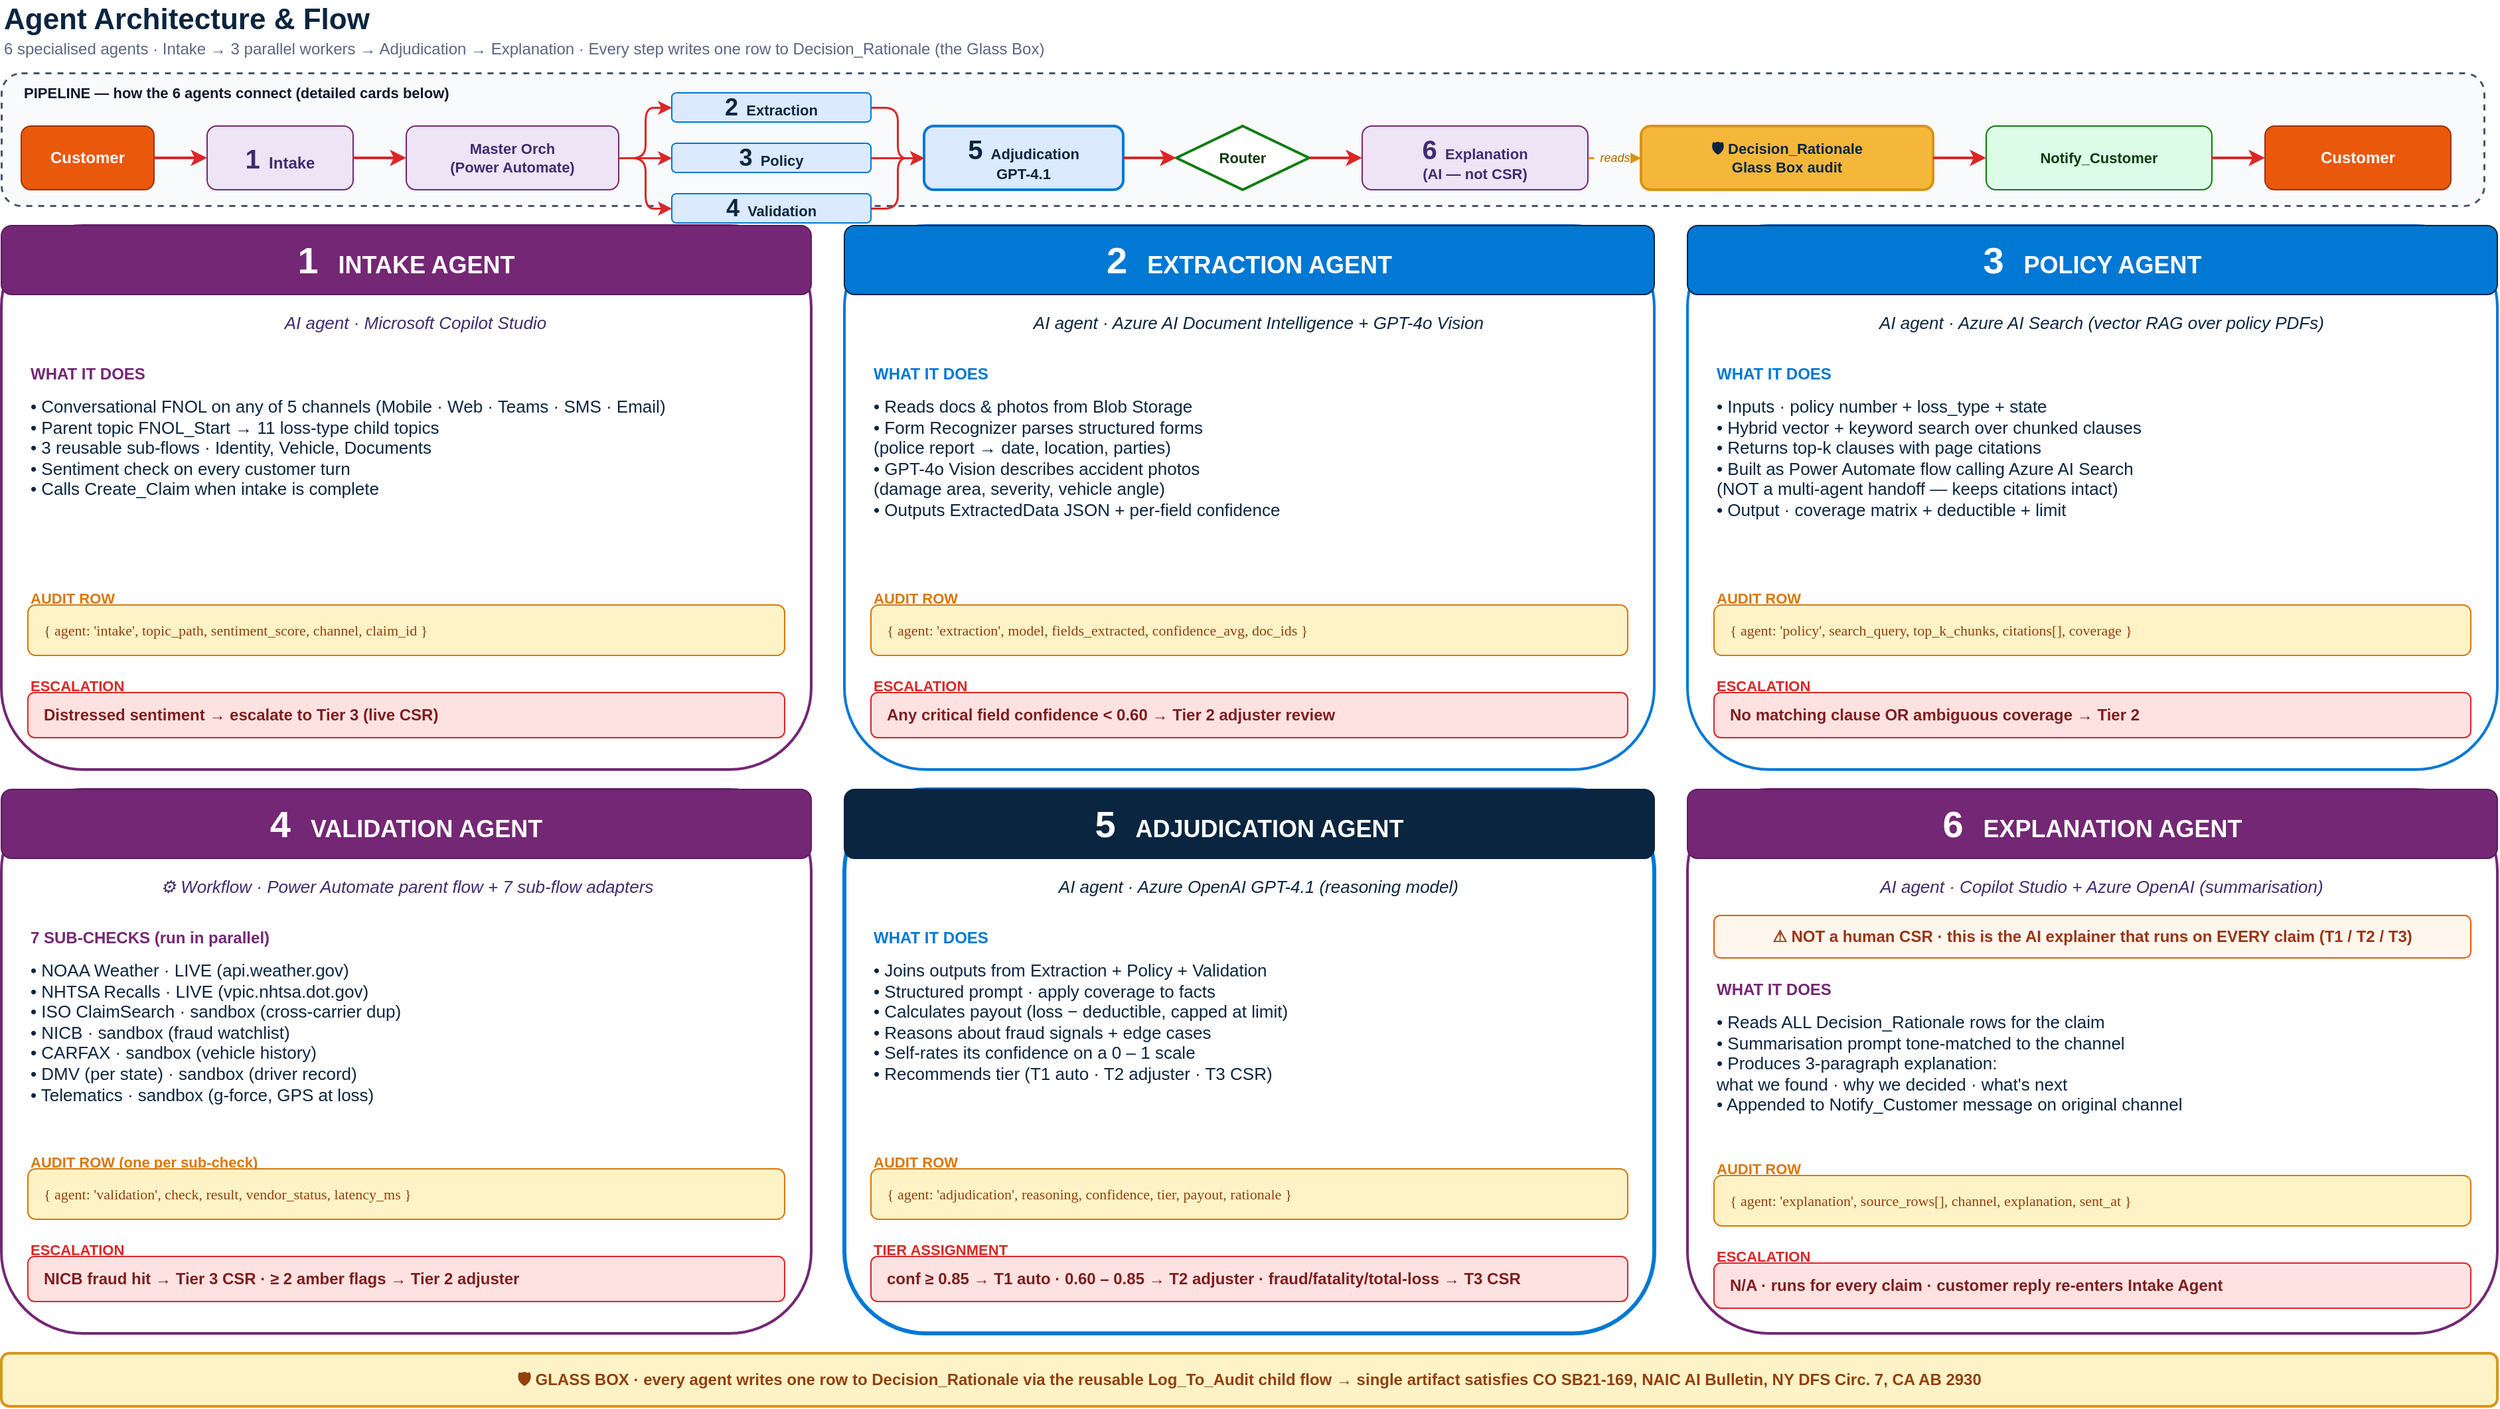
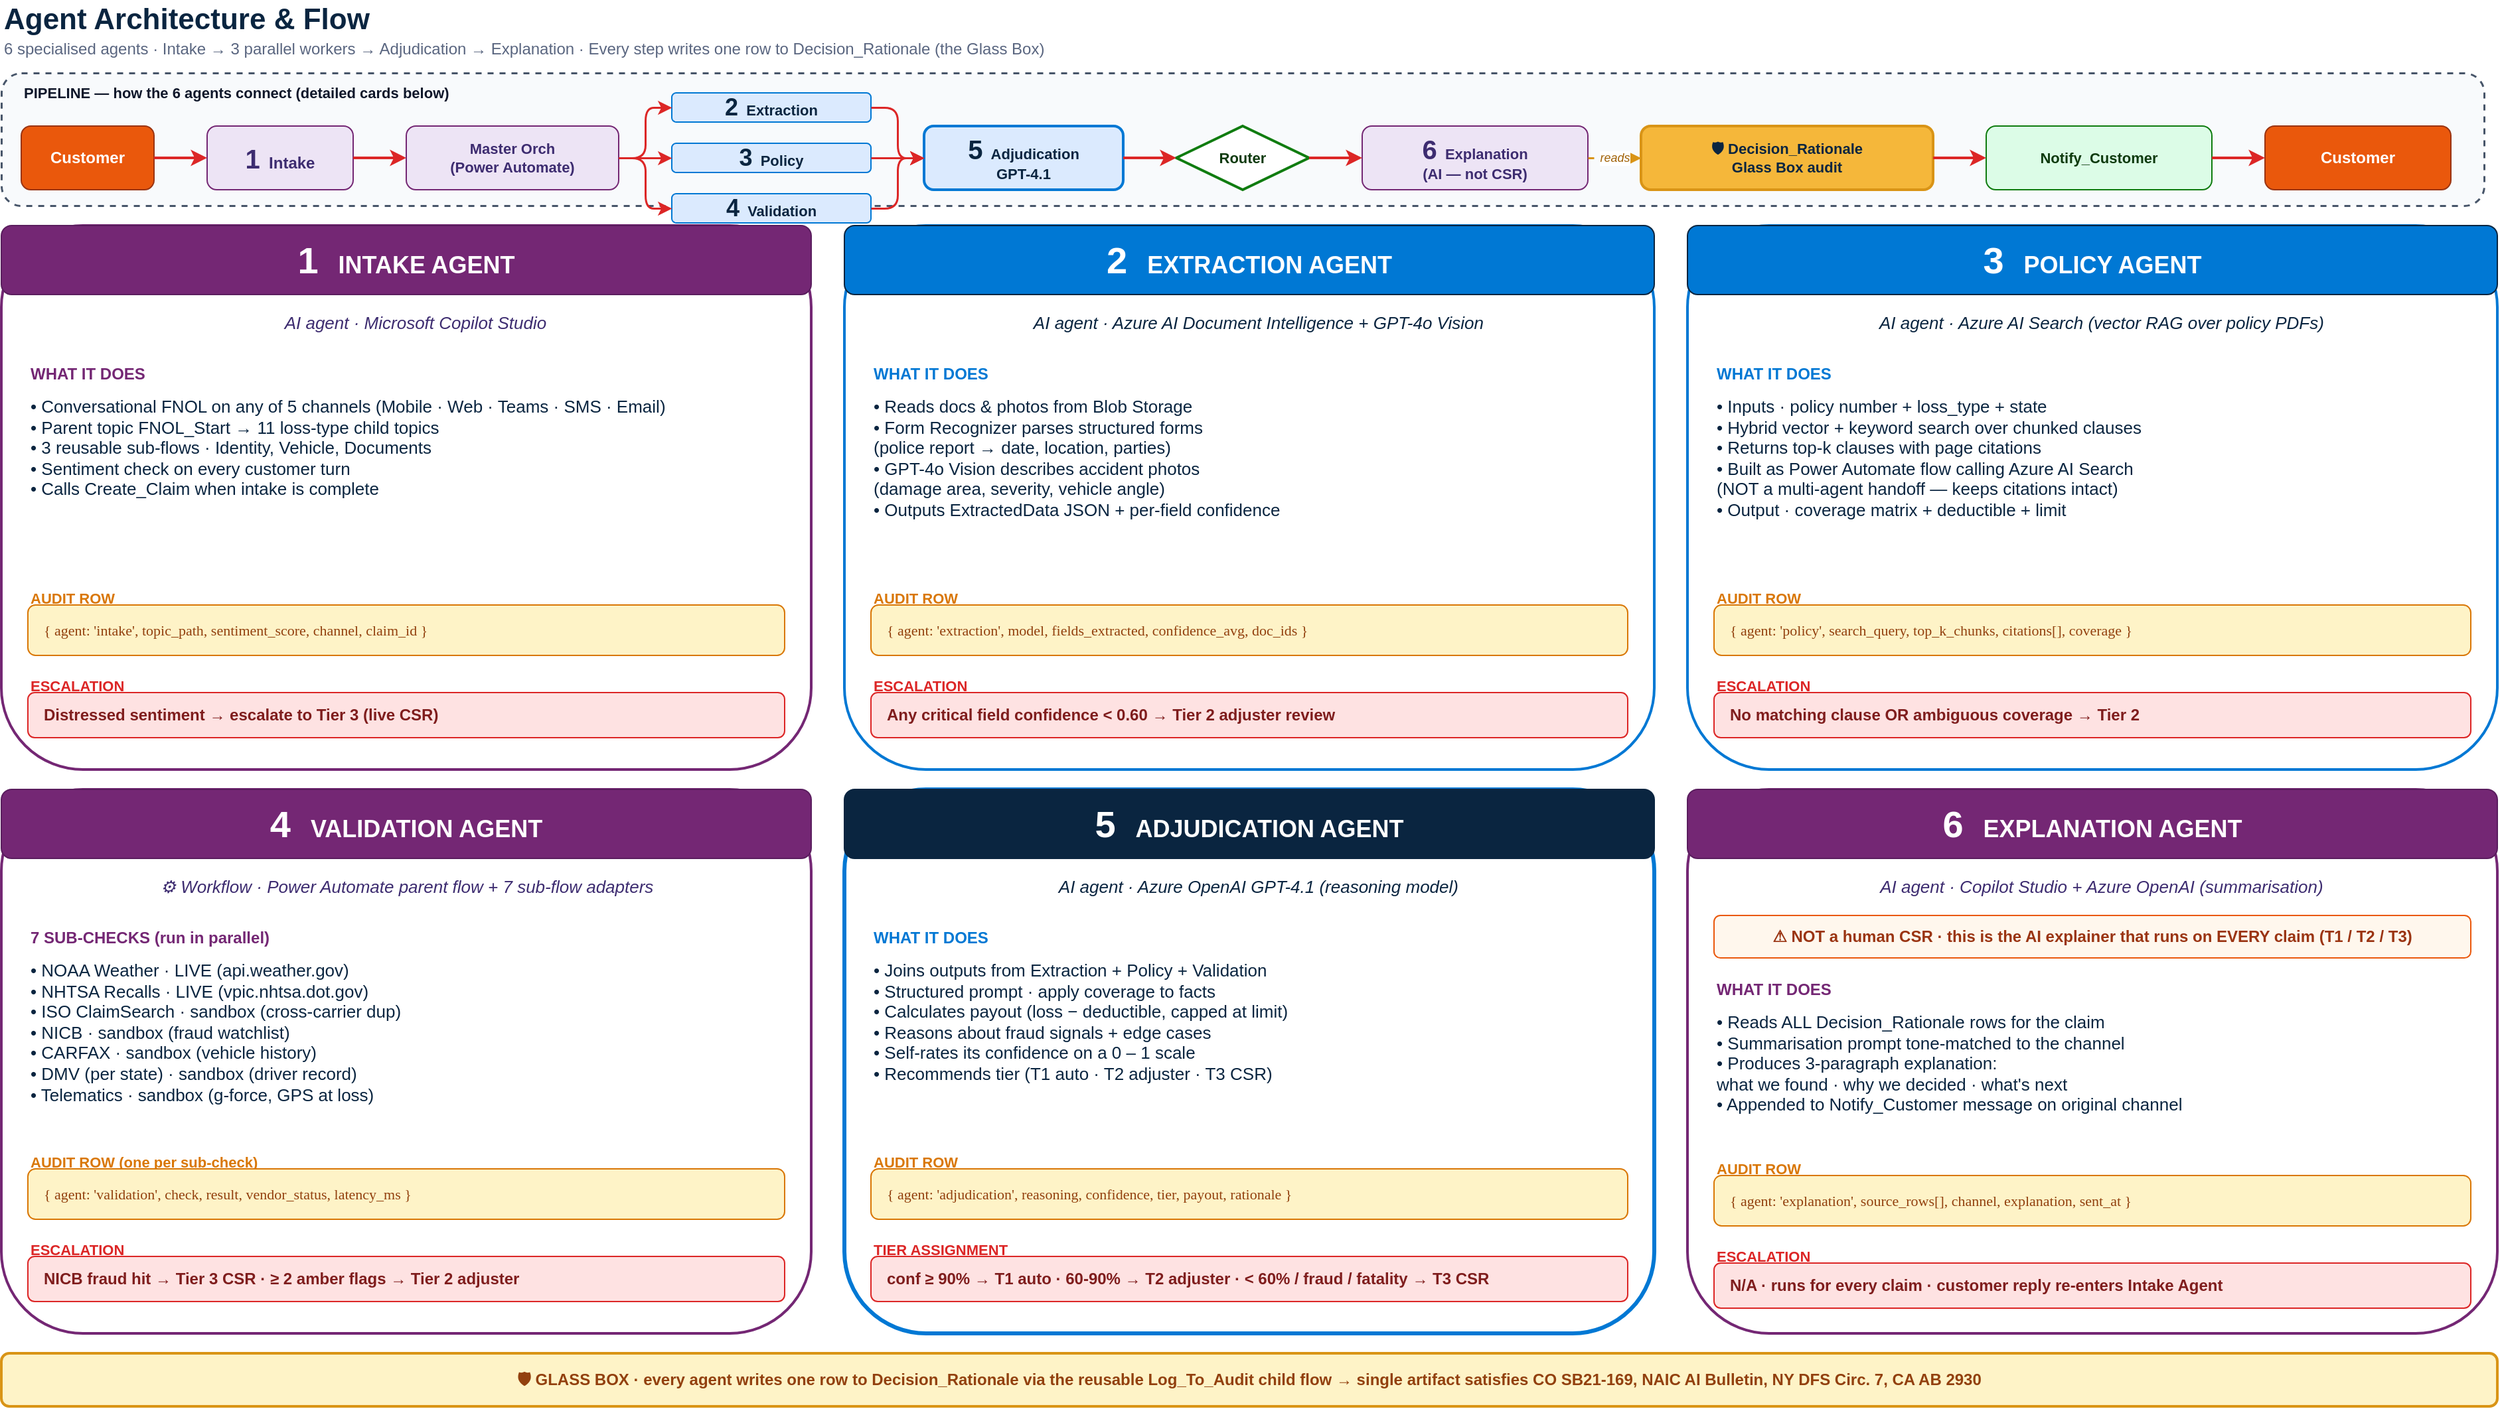
<mxfile host="app.diagrams.net" modified="2026-05-18T12:00:00.000Z" agent="Claude/Hack2Future" version="22.1.16" type="device">
  <diagram name="Agent Architecture &amp; Flow" id="agent-architecture-v2">
    <mxGraphModel dx="1422" dy="838" grid="1" gridSize="10" guides="1" tooltips="1" connect="1" arrows="1" fold="1" page="1" pageScale="1" pageWidth="1920" pageHeight="1080" math="0" shadow="0">
      <root>
        <mxCell id="0" />
        <mxCell id="1" parent="0" />

        <!-- =====  TITLE  ===== -->
        <mxCell id="title" value="Agent Architecture &amp; Flow" style="text;html=1;strokeColor=none;fillColor=none;align=left;verticalAlign=middle;fontSize=22;fontStyle=1;fontColor=#0a2540" vertex="1" parent="1">
          <mxGeometry x="25" y="10" width="1870" height="30" as="geometry" />
        </mxCell>
        <mxCell id="subtitle" value="6 specialised agents  ·  Intake → 3 parallel workers → Adjudication → Explanation  ·  Every step writes one row to Decision_Rationale (the Glass Box)" style="text;html=1;strokeColor=none;fillColor=none;align=left;verticalAlign=middle;fontSize=12;fontColor=#5a6680" vertex="1" parent="1">
          <mxGeometry x="25" y="38" width="1870" height="18" as="geometry" />
        </mxCell>

        <!-- =====================================================================
             PIPELINE OVERVIEW BAND  (y=65 - 165)  - compact, one line
             ===================================================================== -->
        <mxCell id="pipe_band" value="" style="rounded=1;whiteSpace=wrap;html=1;dashed=1;fillColor=#f8fafc;strokeColor=#475569;strokeWidth=1.5" vertex="1" parent="1">
          <mxGeometry x="25" y="65" width="1870" height="100" as="geometry" />
        </mxCell>
        <mxCell id="pipe_lbl" value="PIPELINE — how the 6 agents connect (detailed cards below)" style="text;html=1;align=left;verticalAlign=middle;fontSize=11;fontStyle=1;fontColor=#0f172a" vertex="1" parent="1">
          <mxGeometry x="40" y="72" width="600" height="16" as="geometry" />
        </mxCell>

        <mxCell id="p_cust" value="Customer" style="rounded=1;whiteSpace=wrap;html=1;fillColor=#ea580c;strokeColor=#9a3412;fontColor=#ffffff;fontSize=12;fontStyle=1;align=center;verticalAlign=middle" vertex="1" parent="1">
          <mxGeometry x="40" y="105" width="100" height="48" as="geometry" />
        </mxCell>
        <mxCell id="p_intake" value="&lt;font style=&quot;font-size:20px&quot;&gt;&lt;b&gt;1&lt;/b&gt;&lt;/font&gt;&amp;nbsp;&amp;nbsp;Intake" style="rounded=1;whiteSpace=wrap;html=1;fillColor=#ede4f5;strokeColor=#742774;fontColor=#3d2c70;fontSize=12;fontStyle=1;align=center;verticalAlign=middle" vertex="1" parent="1">
          <mxGeometry x="180" y="105" width="110" height="48" as="geometry" />
        </mxCell>
        <mxCell id="p_master" value="Master Orch&#10;(Power Automate)" style="rounded=1;whiteSpace=wrap;html=1;fillColor=#ede4f5;strokeColor=#742774;fontColor=#3d2c70;fontSize=11;fontStyle=1;align=center;verticalAlign=middle" vertex="1" parent="1">
          <mxGeometry x="330" y="105" width="160" height="48" as="geometry" />
        </mxCell>
        <mxCell id="p_ext" value="&lt;font style=&quot;font-size:18px&quot;&gt;&lt;b&gt;2&lt;/b&gt;&lt;/font&gt;&amp;nbsp;&amp;nbsp;Extraction" style="rounded=1;whiteSpace=wrap;html=1;fillColor=#dbeafe;strokeColor=#0078d4;fontColor=#0a2540;fontSize=11;fontStyle=1;align=center;verticalAlign=middle" vertex="1" parent="1">
          <mxGeometry x="530" y="80" width="150" height="22" as="geometry" />
        </mxCell>
        <mxCell id="p_pol" value="&lt;font style=&quot;font-size:18px&quot;&gt;&lt;b&gt;3&lt;/b&gt;&lt;/font&gt;&amp;nbsp;&amp;nbsp;Policy" style="rounded=1;whiteSpace=wrap;html=1;fillColor=#dbeafe;strokeColor=#0078d4;fontColor=#0a2540;fontSize=11;fontStyle=1;align=center;verticalAlign=middle" vertex="1" parent="1">
          <mxGeometry x="530" y="118" width="150" height="22" as="geometry" />
        </mxCell>
        <mxCell id="p_val" value="&lt;font style=&quot;font-size:18px&quot;&gt;&lt;b&gt;4&lt;/b&gt;&lt;/font&gt;&amp;nbsp;&amp;nbsp;Validation" style="rounded=1;whiteSpace=wrap;html=1;fillColor=#dbeafe;strokeColor=#0078d4;fontColor=#0a2540;fontSize=11;fontStyle=1;align=center;verticalAlign=middle" vertex="1" parent="1">
          <mxGeometry x="530" y="156" width="150" height="22" as="geometry" />
        </mxCell>
        <mxCell id="p_adj" value="&lt;font style=&quot;font-size:20px&quot;&gt;&lt;b&gt;5&lt;/b&gt;&lt;/font&gt;&amp;nbsp;&amp;nbsp;Adjudication&lt;br&gt;GPT-4.1" style="rounded=1;whiteSpace=wrap;html=1;fillColor=#dbeafe;strokeColor=#0078d4;strokeWidth=2;fontColor=#0a2540;fontSize=11;fontStyle=1;align=center;verticalAlign=middle" vertex="1" parent="1">
          <mxGeometry x="720" y="105" width="150" height="48" as="geometry" />
        </mxCell>
        <mxCell id="p_router" value="Router" style="rhombus;whiteSpace=wrap;html=1;fillColor=#ffffff;strokeColor=#107c10;strokeWidth=2;fontSize=11;fontStyle=1;fontColor=#0e3a0e" vertex="1" parent="1">
          <mxGeometry x="910" y="105" width="100" height="48" as="geometry" />
        </mxCell>
        <mxCell id="p_expl" value="&lt;font style=&quot;font-size:20px&quot;&gt;&lt;b&gt;6&lt;/b&gt;&lt;/font&gt;&amp;nbsp;&amp;nbsp;Explanation&lt;br&gt;(AI — not CSR)" style="rounded=1;whiteSpace=wrap;html=1;fillColor=#ede4f5;strokeColor=#742774;fontColor=#3d2c70;fontSize=11;fontStyle=1;align=center;verticalAlign=middle" vertex="1" parent="1">
          <mxGeometry x="1050" y="105" width="170" height="48" as="geometry" />
        </mxCell>
        <mxCell id="p_audit" value="🛡  Decision_Rationale&#10;Glass Box audit" style="rounded=1;whiteSpace=wrap;html=1;fillColor=#f5b73a;strokeColor=#d99416;strokeWidth=2;fontColor=#0a2540;fontSize=11;fontStyle=1;align=center;verticalAlign=middle" vertex="1" parent="1">
          <mxGeometry x="1260" y="105" width="220" height="48" as="geometry" />
        </mxCell>
        <mxCell id="p_notify" value="Notify_Customer" style="rounded=1;whiteSpace=wrap;html=1;fillColor=#dcfce7;strokeColor=#107c10;fontColor=#0e3a0e;fontSize=11;fontStyle=1;align=center;verticalAlign=middle" vertex="1" parent="1">
          <mxGeometry x="1520" y="105" width="170" height="48" as="geometry" />
        </mxCell>
        <mxCell id="p_back" value="Customer" style="rounded=1;whiteSpace=wrap;html=1;fillColor=#ea580c;strokeColor=#9a3412;fontColor=#ffffff;fontSize=12;fontStyle=1;align=center;verticalAlign=middle" vertex="1" parent="1">
          <mxGeometry x="1730" y="105" width="140" height="48" as="geometry" />
        </mxCell>

        <!-- Pipeline arrows -->
        <mxCell id="pa1" value="" style="endArrow=classic;html=1;strokeColor=#dc2626;strokeWidth=2;edgeStyle=orthogonalEdgeStyle;rounded=1;exitX=1;exitY=0.5;entryX=0;entryY=0.5" edge="1" parent="1" source="p_cust" target="p_intake">
          <mxGeometry relative="1" as="geometry" />
        </mxCell>
        <mxCell id="pa2" value="" style="endArrow=classic;html=1;strokeColor=#dc2626;strokeWidth=2;edgeStyle=orthogonalEdgeStyle;rounded=1;exitX=1;exitY=0.5;entryX=0;entryY=0.5" edge="1" parent="1" source="p_intake" target="p_master">
          <mxGeometry relative="1" as="geometry" />
        </mxCell>
        <mxCell id="pa3a" value="" style="endArrow=classic;html=1;strokeColor=#dc2626;strokeWidth=1.5;edgeStyle=orthogonalEdgeStyle;rounded=1;exitX=1;exitY=0.5;entryX=0;entryY=0.5" edge="1" parent="1" source="p_master" target="p_ext">
          <mxGeometry relative="1" as="geometry" />
        </mxCell>
        <mxCell id="pa3b" value="" style="endArrow=classic;html=1;strokeColor=#dc2626;strokeWidth=1.5;edgeStyle=orthogonalEdgeStyle;rounded=1;exitX=1;exitY=0.5;entryX=0;entryY=0.5" edge="1" parent="1" source="p_master" target="p_pol">
          <mxGeometry relative="1" as="geometry" />
        </mxCell>
        <mxCell id="pa3c" value="" style="endArrow=classic;html=1;strokeColor=#dc2626;strokeWidth=1.5;edgeStyle=orthogonalEdgeStyle;rounded=1;exitX=1;exitY=0.5;entryX=0;entryY=0.5" edge="1" parent="1" source="p_master" target="p_val">
          <mxGeometry relative="1" as="geometry" />
        </mxCell>
        <mxCell id="pa4a" value="" style="endArrow=classic;html=1;strokeColor=#dc2626;strokeWidth=1.5;edgeStyle=orthogonalEdgeStyle;rounded=1;exitX=1;exitY=0.5;entryX=0;entryY=0.5" edge="1" parent="1" source="p_ext" target="p_adj">
          <mxGeometry relative="1" as="geometry" />
        </mxCell>
        <mxCell id="pa4b" value="" style="endArrow=classic;html=1;strokeColor=#dc2626;strokeWidth=1.5;edgeStyle=orthogonalEdgeStyle;rounded=1;exitX=1;exitY=0.5;entryX=0;entryY=0.5" edge="1" parent="1" source="p_pol" target="p_adj">
          <mxGeometry relative="1" as="geometry" />
        </mxCell>
        <mxCell id="pa4c" value="" style="endArrow=classic;html=1;strokeColor=#dc2626;strokeWidth=1.5;edgeStyle=orthogonalEdgeStyle;rounded=1;exitX=1;exitY=0.5;entryX=0;entryY=0.5" edge="1" parent="1" source="p_val" target="p_adj">
          <mxGeometry relative="1" as="geometry" />
        </mxCell>
        <mxCell id="pa5" value="" style="endArrow=classic;html=1;strokeColor=#dc2626;strokeWidth=2;edgeStyle=orthogonalEdgeStyle;rounded=1;exitX=1;exitY=0.5;entryX=0;entryY=0.5" edge="1" parent="1" source="p_adj" target="p_router">
          <mxGeometry relative="1" as="geometry" />
        </mxCell>
        <mxCell id="pa6" value="" style="endArrow=classic;html=1;strokeColor=#dc2626;strokeWidth=2;edgeStyle=orthogonalEdgeStyle;rounded=1;exitX=1;exitY=0.5;entryX=0;entryY=0.5" edge="1" parent="1" source="p_router" target="p_expl">
          <mxGeometry relative="1" as="geometry" />
        </mxCell>
        <mxCell id="pa7" value="reads" style="endArrow=classic;html=1;strokeColor=#d99416;strokeWidth=1.5;dashed=1;fontColor=#a16207;fontSize=9;fontStyle=2;edgeStyle=orthogonalEdgeStyle;rounded=1;exitX=1;exitY=0.5;entryX=0;entryY=0.5" edge="1" parent="1" source="p_expl" target="p_audit">
          <mxGeometry relative="1" as="geometry" />
        </mxCell>
        <mxCell id="pa8" value="" style="endArrow=classic;html=1;strokeColor=#dc2626;strokeWidth=2;edgeStyle=orthogonalEdgeStyle;rounded=1;exitX=1;exitY=0.5;entryX=0;entryY=0.5" edge="1" parent="1" source="p_audit" target="p_notify">
          <mxGeometry relative="1" as="geometry" />
        </mxCell>
        <mxCell id="pa9" value="" style="endArrow=classic;html=1;strokeColor=#dc2626;strokeWidth=2;edgeStyle=orthogonalEdgeStyle;rounded=1;exitX=1;exitY=0.5;entryX=0;entryY=0.5" edge="1" parent="1" source="p_notify" target="p_back">
          <mxGeometry relative="1" as="geometry" />
        </mxCell>

        <!-- =====================================================================
             AGENT CARDS — 2 x 3 GRID
             Top row    y = 180 - 590  (410h)
             Bottom row y = 605 - 1015 (410h)
             Card width 610  ·  spacing 25
             x positions: 25, 660, 1295
             ===================================================================== -->

        <!-- =====================  CARD 1: INTAKE  ===================== -->
        <mxCell id="c1_box" value="" style="rounded=1;whiteSpace=wrap;html=1;fillColor=#ffffff;strokeColor=#742774;strokeWidth=2" vertex="1" parent="1">
          <mxGeometry x="25" y="180" width="610" height="410" as="geometry" />
        </mxCell>
        <mxCell id="c1_hdr" value="&lt;font style=&quot;font-size:28px&quot;&gt;&lt;b&gt;1&lt;/b&gt;&lt;/font&gt;&amp;nbsp;&amp;nbsp;&amp;nbsp;INTAKE AGENT" style="rounded=1;whiteSpace=wrap;html=1;fillColor=#742774;strokeColor=#5a1d5e;fontColor=#ffffff;fontSize=18;fontStyle=1;align=center;verticalAlign=middle" vertex="1" parent="1">
          <mxGeometry x="25" y="180" width="610" height="52" as="geometry" />
        </mxCell>
        <mxCell id="c1_eng" value="🤖  AI agent  ·  Microsoft Copilot Studio" style="text;html=1;align=center;verticalAlign=middle;fontSize=13;fontStyle=2;fontColor=#3d2c70" vertex="1" parent="1">
          <mxGeometry x="40" y="240" width="580" height="26" as="geometry" />
        </mxCell>

        <mxCell id="c1_what_h" value="WHAT IT DOES" style="text;html=1;align=left;fontSize=12;fontStyle=1;fontColor=#742774" vertex="1" parent="1">
          <mxGeometry x="45" y="278" width="200" height="18" as="geometry" />
        </mxCell>
        <mxCell id="c1_what" value="•  Conversational FNOL on any of 5 channels (Mobile · Web · Teams · SMS · Email)&#10;•  Parent topic  FNOL_Start  →  11 loss-type child topics&#10;•  3 reusable sub-flows  ·  Identity, Vehicle, Documents&#10;•  Sentiment check on every customer turn&#10;•  Calls  Create_Claim  when intake is complete" style="text;html=1;align=left;verticalAlign=top;fontSize=13;fontColor=#0a2540;spacingTop=4" vertex="1" parent="1">
          <mxGeometry x="45" y="298" width="570" height="142" as="geometry" />
        </mxCell>

        <mxCell id="c1_aud_h" value="AUDIT ROW" style="text;html=1;align=left;fontSize=11;fontStyle=1;fontColor=#d97706" vertex="1" parent="1">
          <mxGeometry x="45" y="448" width="100" height="16" as="geometry" />
        </mxCell>
        <mxCell id="c1_aud" value="{ agent: 'intake', topic_path, sentiment_score, channel, claim_id }" style="rounded=1;whiteSpace=wrap;html=1;fillColor=#fef3c7;strokeColor=#d97706;fontColor=#92400e;fontSize=11;fontFamily=Consolas;align=left;verticalAlign=middle;spacingLeft=10;spacingRight=10" vertex="1" parent="1">
          <mxGeometry x="45" y="466" width="570" height="38" as="geometry" />
        </mxCell>

        <mxCell id="c1_esc_h" value="ESCALATION" style="text;html=1;align=left;fontSize=11;fontStyle=1;fontColor=#dc2626" vertex="1" parent="1">
          <mxGeometry x="45" y="514" width="100" height="16" as="geometry" />
        </mxCell>
        <mxCell id="c1_esc" value="Distressed sentiment  →  escalate to Tier 3 (live CSR)" style="rounded=1;whiteSpace=wrap;html=1;fillColor=#fee2e2;strokeColor=#dc2626;fontColor=#7f1d1d;fontSize=12;fontStyle=1;align=left;verticalAlign=middle;spacingLeft=10;spacingRight=10" vertex="1" parent="1">
          <mxGeometry x="45" y="532" width="570" height="34" as="geometry" />
        </mxCell>

        <!-- =====================  CARD 2: EXTRACTION  ===================== -->
        <mxCell id="c2_box" value="" style="rounded=1;whiteSpace=wrap;html=1;fillColor=#ffffff;strokeColor=#0078d4;strokeWidth=2" vertex="1" parent="1">
          <mxGeometry x="660" y="180" width="610" height="410" as="geometry" />
        </mxCell>
        <mxCell id="c2_hdr" value="&lt;font style=&quot;font-size:28px&quot;&gt;&lt;b&gt;2&lt;/b&gt;&lt;/font&gt;&amp;nbsp;&amp;nbsp;&amp;nbsp;EXTRACTION AGENT" style="rounded=1;whiteSpace=wrap;html=1;fillColor=#0078d4;strokeColor=#0a2540;fontColor=#ffffff;fontSize=18;fontStyle=1;align=center;verticalAlign=middle" vertex="1" parent="1">
          <mxGeometry x="660" y="180" width="610" height="52" as="geometry" />
        </mxCell>
        <mxCell id="c2_eng" value="🤖  AI agent  ·  Azure AI Document Intelligence  +  GPT-4o Vision" style="text;html=1;align=center;verticalAlign=middle;fontSize=13;fontStyle=2;fontColor=#0a2540" vertex="1" parent="1">
          <mxGeometry x="675" y="240" width="580" height="26" as="geometry" />
        </mxCell>

        <mxCell id="c2_what_h" value="WHAT IT DOES" style="text;html=1;align=left;fontSize=12;fontStyle=1;fontColor=#0078d4" vertex="1" parent="1">
          <mxGeometry x="680" y="278" width="200" height="18" as="geometry" />
        </mxCell>
        <mxCell id="c2_what" value="•  Reads docs &amp; photos from Blob Storage&#10;•  Form Recognizer parses structured forms&#10;     (police report  →  date, location, parties)&#10;•  GPT-4o Vision describes accident photos&#10;     (damage area, severity, vehicle angle)&#10;•  Outputs ExtractedData JSON  +  per-field confidence" style="text;html=1;align=left;verticalAlign=top;fontSize=13;fontColor=#0a2540;spacingTop=4" vertex="1" parent="1">
          <mxGeometry x="680" y="298" width="570" height="142" as="geometry" />
        </mxCell>

        <mxCell id="c2_aud_h" value="AUDIT ROW" style="text;html=1;align=left;fontSize=11;fontStyle=1;fontColor=#d97706" vertex="1" parent="1">
          <mxGeometry x="680" y="448" width="100" height="16" as="geometry" />
        </mxCell>
        <mxCell id="c2_aud" value="{ agent: 'extraction', model, fields_extracted, confidence_avg, doc_ids }" style="rounded=1;whiteSpace=wrap;html=1;fillColor=#fef3c7;strokeColor=#d97706;fontColor=#92400e;fontSize=11;fontFamily=Consolas;align=left;verticalAlign=middle;spacingLeft=10;spacingRight=10" vertex="1" parent="1">
          <mxGeometry x="680" y="466" width="570" height="38" as="geometry" />
        </mxCell>

        <mxCell id="c2_esc_h" value="ESCALATION" style="text;html=1;align=left;fontSize=11;fontStyle=1;fontColor=#dc2626" vertex="1" parent="1">
          <mxGeometry x="680" y="514" width="100" height="16" as="geometry" />
        </mxCell>
        <mxCell id="c2_esc" value="Any critical field confidence  &lt; 0.60  →  Tier 2 adjuster review" style="rounded=1;whiteSpace=wrap;html=1;fillColor=#fee2e2;strokeColor=#dc2626;fontColor=#7f1d1d;fontSize=12;fontStyle=1;align=left;verticalAlign=middle;spacingLeft=10;spacingRight=10" vertex="1" parent="1">
          <mxGeometry x="680" y="532" width="570" height="34" as="geometry" />
        </mxCell>

        <!-- =====================  CARD 3: POLICY  ===================== -->
        <mxCell id="c3_box" value="" style="rounded=1;whiteSpace=wrap;html=1;fillColor=#ffffff;strokeColor=#0078d4;strokeWidth=2" vertex="1" parent="1">
          <mxGeometry x="1295" y="180" width="610" height="410" as="geometry" />
        </mxCell>
        <mxCell id="c3_hdr" value="&lt;font style=&quot;font-size:28px&quot;&gt;&lt;b&gt;3&lt;/b&gt;&lt;/font&gt;&amp;nbsp;&amp;nbsp;&amp;nbsp;POLICY AGENT" style="rounded=1;whiteSpace=wrap;html=1;fillColor=#0078d4;strokeColor=#0a2540;fontColor=#ffffff;fontSize=18;fontStyle=1;align=center;verticalAlign=middle" vertex="1" parent="1">
          <mxGeometry x="1295" y="180" width="610" height="52" as="geometry" />
        </mxCell>
        <mxCell id="c3_eng" value="🤖  AI agent  ·  Azure AI Search (vector RAG over policy PDFs)" style="text;html=1;align=center;verticalAlign=middle;fontSize=13;fontStyle=2;fontColor=#0a2540" vertex="1" parent="1">
          <mxGeometry x="1310" y="240" width="580" height="26" as="geometry" />
        </mxCell>

        <mxCell id="c3_what_h" value="WHAT IT DOES" style="text;html=1;align=left;fontSize=12;fontStyle=1;fontColor=#0078d4" vertex="1" parent="1">
          <mxGeometry x="1315" y="278" width="200" height="18" as="geometry" />
        </mxCell>
        <mxCell id="c3_what" value="•  Inputs  ·  policy number  +  loss_type  +  state&#10;•  Hybrid vector + keyword search over chunked clauses&#10;•  Returns top-k clauses with page citations&#10;•  Built as Power Automate flow calling Azure AI Search&#10;     (NOT a multi-agent handoff — keeps citations intact)&#10;•  Output  ·  coverage matrix  +  deductible  +  limit" style="text;html=1;align=left;verticalAlign=top;fontSize=13;fontColor=#0a2540;spacingTop=4" vertex="1" parent="1">
          <mxGeometry x="1315" y="298" width="570" height="142" as="geometry" />
        </mxCell>

        <mxCell id="c3_aud_h" value="AUDIT ROW" style="text;html=1;align=left;fontSize=11;fontStyle=1;fontColor=#d97706" vertex="1" parent="1">
          <mxGeometry x="1315" y="448" width="100" height="16" as="geometry" />
        </mxCell>
        <mxCell id="c3_aud" value="{ agent: 'policy', search_query, top_k_chunks, citations[], coverage }" style="rounded=1;whiteSpace=wrap;html=1;fillColor=#fef3c7;strokeColor=#d97706;fontColor=#92400e;fontSize=11;fontFamily=Consolas;align=left;verticalAlign=middle;spacingLeft=10;spacingRight=10" vertex="1" parent="1">
          <mxGeometry x="1315" y="466" width="570" height="38" as="geometry" />
        </mxCell>

        <mxCell id="c3_esc_h" value="ESCALATION" style="text;html=1;align=left;fontSize=11;fontStyle=1;fontColor=#dc2626" vertex="1" parent="1">
          <mxGeometry x="1315" y="514" width="100" height="16" as="geometry" />
        </mxCell>
        <mxCell id="c3_esc" value="No matching clause  OR  ambiguous coverage  →  Tier 2" style="rounded=1;whiteSpace=wrap;html=1;fillColor=#fee2e2;strokeColor=#dc2626;fontColor=#7f1d1d;fontSize=12;fontStyle=1;align=left;verticalAlign=middle;spacingLeft=10;spacingRight=10" vertex="1" parent="1">
          <mxGeometry x="1315" y="532" width="570" height="34" as="geometry" />
        </mxCell>

        <!-- =====================  CARD 4: VALIDATION  ===================== -->
        <mxCell id="c4_box" value="" style="rounded=1;whiteSpace=wrap;html=1;fillColor=#ffffff;strokeColor=#742774;strokeWidth=2" vertex="1" parent="1">
          <mxGeometry x="25" y="605" width="610" height="410" as="geometry" />
        </mxCell>
        <mxCell id="c4_hdr" value="&lt;font style=&quot;font-size:28px&quot;&gt;&lt;b&gt;4&lt;/b&gt;&lt;/font&gt;&amp;nbsp;&amp;nbsp;&amp;nbsp;VALIDATION AGENT" style="rounded=1;whiteSpace=wrap;html=1;fillColor=#742774;strokeColor=#5a1d5e;fontColor=#ffffff;fontSize=18;fontStyle=1;align=center;verticalAlign=middle" vertex="1" parent="1">
          <mxGeometry x="25" y="605" width="610" height="52" as="geometry" />
        </mxCell>
        <mxCell id="c4_eng" value="⚙  Workflow  ·  Power Automate parent flow  +  7 sub-flow adapters" style="text;html=1;align=center;verticalAlign=middle;fontSize=13;fontStyle=2;fontColor=#3d2c70" vertex="1" parent="1">
          <mxGeometry x="40" y="665" width="580" height="26" as="geometry" />
        </mxCell>

        <mxCell id="c4_what_h" value="7 SUB-CHECKS  (run in parallel)" style="text;html=1;align=left;fontSize=12;fontStyle=1;fontColor=#742774" vertex="1" parent="1">
          <mxGeometry x="45" y="703" width="300" height="18" as="geometry" />
        </mxCell>
        <mxCell id="c4_what" value="•  NOAA Weather  ·  LIVE  (api.weather.gov)&#10;•  NHTSA Recalls  ·  LIVE  (vpic.nhtsa.dot.gov)&#10;•  ISO ClaimSearch  ·  sandbox  (cross-carrier dup)&#10;•  NICB  ·  sandbox  (fraud watchlist)&#10;•  CARFAX  ·  sandbox  (vehicle history)&#10;•  DMV (per state)  ·  sandbox  (driver record)&#10;•  Telematics  ·  sandbox  (g-force, GPS at loss)" style="text;html=1;align=left;verticalAlign=top;fontSize=13;fontColor=#0a2540;spacingTop=4" vertex="1" parent="1">
          <mxGeometry x="45" y="723" width="570" height="142" as="geometry" />
        </mxCell>

        <mxCell id="c4_aud_h" value="AUDIT ROW  (one per sub-check)" style="text;html=1;align=left;fontSize=11;fontStyle=1;fontColor=#d97706" vertex="1" parent="1">
          <mxGeometry x="45" y="873" width="280" height="16" as="geometry" />
        </mxCell>
        <mxCell id="c4_aud" value="{ agent: 'validation', check, result, vendor_status, latency_ms }" style="rounded=1;whiteSpace=wrap;html=1;fillColor=#fef3c7;strokeColor=#d97706;fontColor=#92400e;fontSize=11;fontFamily=Consolas;align=left;verticalAlign=middle;spacingLeft=10;spacingRight=10" vertex="1" parent="1">
          <mxGeometry x="45" y="891" width="570" height="38" as="geometry" />
        </mxCell>

        <mxCell id="c4_esc_h" value="ESCALATION" style="text;html=1;align=left;fontSize=11;fontStyle=1;fontColor=#dc2626" vertex="1" parent="1">
          <mxGeometry x="45" y="939" width="100" height="16" as="geometry" />
        </mxCell>
        <mxCell id="c4_esc" value="NICB fraud hit  →  Tier 3 CSR  ·  ≥ 2 amber flags  →  Tier 2 adjuster" style="rounded=1;whiteSpace=wrap;html=1;fillColor=#fee2e2;strokeColor=#dc2626;fontColor=#7f1d1d;fontSize=12;fontStyle=1;align=left;verticalAlign=middle;spacingLeft=10;spacingRight=10" vertex="1" parent="1">
          <mxGeometry x="45" y="957" width="570" height="34" as="geometry" />
        </mxCell>

        <!-- =====================  CARD 5: ADJUDICATION  ===================== -->
        <mxCell id="c5_box" value="" style="rounded=1;whiteSpace=wrap;html=1;fillColor=#ffffff;strokeColor=#0078d4;strokeWidth=3" vertex="1" parent="1">
          <mxGeometry x="660" y="605" width="610" height="410" as="geometry" />
        </mxCell>
        <mxCell id="c5_hdr" value="&lt;font style=&quot;font-size:28px&quot;&gt;&lt;b&gt;5&lt;/b&gt;&lt;/font&gt;&amp;nbsp;&amp;nbsp;&amp;nbsp;ADJUDICATION AGENT" style="rounded=1;whiteSpace=wrap;html=1;fillColor=#0a2540;strokeColor=#0a2540;fontColor=#ffffff;fontSize=18;fontStyle=1;align=center;verticalAlign=middle" vertex="1" parent="1">
          <mxGeometry x="660" y="605" width="610" height="52" as="geometry" />
        </mxCell>
        <mxCell id="c5_eng" value="🤖  AI agent  ·  Azure OpenAI  GPT-4.1  (reasoning model)" style="text;html=1;align=center;verticalAlign=middle;fontSize=13;fontStyle=2;fontColor=#0a2540" vertex="1" parent="1">
          <mxGeometry x="675" y="665" width="580" height="26" as="geometry" />
        </mxCell>

        <mxCell id="c5_what_h" value="WHAT IT DOES" style="text;html=1;align=left;fontSize=12;fontStyle=1;fontColor=#0078d4" vertex="1" parent="1">
          <mxGeometry x="680" y="703" width="200" height="18" as="geometry" />
        </mxCell>
        <mxCell id="c5_what" value="•  Joins outputs from Extraction + Policy + Validation&#10;•  Structured prompt  ·  apply coverage to facts&#10;•  Calculates payout  (loss − deductible, capped at limit)&#10;•  Reasons about fraud signals + edge cases&#10;•  Self-rates its confidence on a 0 – 1 scale&#10;•  Recommends tier  (T1 auto · T2 adjuster · T3 CSR)" style="text;html=1;align=left;verticalAlign=top;fontSize=13;fontColor=#0a2540;spacingTop=4" vertex="1" parent="1">
          <mxGeometry x="680" y="723" width="570" height="142" as="geometry" />
        </mxCell>

        <mxCell id="c5_aud_h" value="AUDIT ROW" style="text;html=1;align=left;fontSize=11;fontStyle=1;fontColor=#d97706" vertex="1" parent="1">
          <mxGeometry x="680" y="873" width="100" height="16" as="geometry" />
        </mxCell>
        <mxCell id="c5_aud" value="{ agent: 'adjudication', reasoning, confidence, tier, payout, rationale }" style="rounded=1;whiteSpace=wrap;html=1;fillColor=#fef3c7;strokeColor=#d97706;fontColor=#92400e;fontSize=11;fontFamily=Consolas;align=left;verticalAlign=middle;spacingLeft=10;spacingRight=10" vertex="1" parent="1">
          <mxGeometry x="680" y="891" width="570" height="38" as="geometry" />
        </mxCell>

        <mxCell id="c5_esc_h" value="TIER ASSIGNMENT" style="text;html=1;align=left;fontSize=11;fontStyle=1;fontColor=#dc2626" vertex="1" parent="1">
          <mxGeometry x="680" y="939" width="160" height="16" as="geometry" />
        </mxCell>
-         <mxCell id="c5_esc" value="conf ≥ 0.85 → T1 auto  ·  0.60 – 0.85 → T2 adjuster  ·  fraud/fatality/total-loss → T3 CSR" style="rounded=1;whiteSpace=wrap;html=1;fillColor=#fee2e2;strokeColor=#dc2626;fontColor=#7f1d1d;fontSize=12;fontStyle=1;align=left;verticalAlign=middle;spacingLeft=10;spacingRight=10" vertex="1" parent="1">
+         <mxCell id="c5_esc" value="conf ≥ 90% → T1 auto  ·  60-90% → T2 adjuster  ·  &lt; 60% / fraud / fatality → T3 CSR" style="rounded=1;whiteSpace=wrap;html=1;fillColor=#fee2e2;strokeColor=#dc2626;fontColor=#7f1d1d;fontSize=12;fontStyle=1;align=left;verticalAlign=middle;spacingLeft=10;spacingRight=10" vertex="1" parent="1">
          <mxGeometry x="680" y="957" width="570" height="34" as="geometry" />
        </mxCell>

        <!-- =====================  CARD 6: EXPLANATION  ===================== -->
        <mxCell id="c6_box" value="" style="rounded=1;whiteSpace=wrap;html=1;fillColor=#ffffff;strokeColor=#742774;strokeWidth=2" vertex="1" parent="1">
          <mxGeometry x="1295" y="605" width="610" height="410" as="geometry" />
        </mxCell>
        <mxCell id="c6_hdr" value="&lt;font style=&quot;font-size:28px&quot;&gt;&lt;b&gt;6&lt;/b&gt;&lt;/font&gt;&amp;nbsp;&amp;nbsp;&amp;nbsp;EXPLANATION AGENT" style="rounded=1;whiteSpace=wrap;html=1;fillColor=#742774;strokeColor=#5a1d5e;fontColor=#ffffff;fontSize=18;fontStyle=1;align=center;verticalAlign=middle" vertex="1" parent="1">
          <mxGeometry x="1295" y="605" width="610" height="52" as="geometry" />
        </mxCell>
        <mxCell id="c6_eng" value="🤖  AI agent  ·  Copilot Studio  +  Azure OpenAI  (summarisation)" style="text;html=1;align=center;verticalAlign=middle;fontSize=13;fontStyle=2;fontColor=#3d2c70" vertex="1" parent="1">
          <mxGeometry x="1310" y="665" width="580" height="26" as="geometry" />
        </mxCell>

        <mxCell id="c6_clarify" value="⚠  NOT a human CSR  ·  this is the AI explainer that runs on EVERY claim  (T1 / T2 / T3)" style="rounded=1;whiteSpace=wrap;html=1;fillColor=#fff7ed;strokeColor=#ea580c;fontColor=#9a3412;fontSize=12;fontStyle=1;align=center;verticalAlign=middle" vertex="1" parent="1">
          <mxGeometry x="1315" y="700" width="570" height="32" as="geometry" />
        </mxCell>

        <mxCell id="c6_what_h" value="WHAT IT DOES" style="text;html=1;align=left;fontSize=12;fontStyle=1;fontColor=#742774" vertex="1" parent="1">
          <mxGeometry x="1315" y="742" width="200" height="18" as="geometry" />
        </mxCell>
        <mxCell id="c6_what" value="•  Reads ALL Decision_Rationale rows for the claim&#10;•  Summarisation prompt tone-matched to the channel&#10;•  Produces 3-paragraph explanation:&#10;     what we found  ·  why we decided  ·  what's next&#10;•  Appended to Notify_Customer message on original channel" style="text;html=1;align=left;verticalAlign=top;fontSize=13;fontColor=#0a2540;spacingTop=4" vertex="1" parent="1">
          <mxGeometry x="1315" y="762" width="570" height="108" as="geometry" />
        </mxCell>

        <mxCell id="c6_aud_h" value="AUDIT ROW" style="text;html=1;align=left;fontSize=11;fontStyle=1;fontColor=#d97706" vertex="1" parent="1">
          <mxGeometry x="1315" y="878" width="100" height="16" as="geometry" />
        </mxCell>
        <mxCell id="c6_aud" value="{ agent: 'explanation', source_rows[], channel, explanation, sent_at }" style="rounded=1;whiteSpace=wrap;html=1;fillColor=#fef3c7;strokeColor=#d97706;fontColor=#92400e;fontSize=11;fontFamily=Consolas;align=left;verticalAlign=middle;spacingLeft=10;spacingRight=10" vertex="1" parent="1">
          <mxGeometry x="1315" y="896" width="570" height="38" as="geometry" />
        </mxCell>

        <mxCell id="c6_esc_h" value="ESCALATION" style="text;html=1;align=left;fontSize=11;fontStyle=1;fontColor=#dc2626" vertex="1" parent="1">
          <mxGeometry x="1315" y="944" width="100" height="16" as="geometry" />
        </mxCell>
        <mxCell id="c6_esc" value="N/A  ·  runs for every claim  ·  customer reply re-enters Intake Agent" style="rounded=1;whiteSpace=wrap;html=1;fillColor=#fee2e2;strokeColor=#dc2626;fontColor=#7f1d1d;fontSize=12;fontStyle=1;align=left;verticalAlign=middle;spacingLeft=10;spacingRight=10" vertex="1" parent="1">
          <mxGeometry x="1315" y="962" width="570" height="34" as="geometry" />
        </mxCell>

        <!-- =====  FOOTER  ===== -->
        <mxCell id="footer" value="🛡  GLASS BOX  ·  every agent writes one row to  Decision_Rationale  via the reusable  Log_To_Audit  child flow  →  single artifact satisfies CO SB21-169, NAIC AI Bulletin, NY DFS Circ. 7, CA AB 2930" style="rounded=1;whiteSpace=wrap;html=1;fillColor=#fef3c7;strokeColor=#d99416;strokeWidth=2;fontColor=#92400e;fontSize=12;fontStyle=1;align=center;verticalAlign=middle" vertex="1" parent="1">
          <mxGeometry x="25" y="1030" width="1880" height="40" as="geometry" />
        </mxCell>

      </root>
    </mxGraphModel>
  </diagram>
</mxfile>
